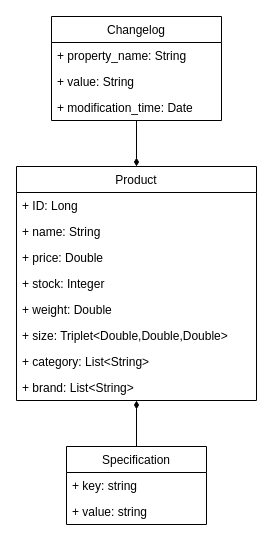
This is product.drawio from jrsmith12138/diagrams, a draw.io file, before an edit. Source tidied: cells renumbered, new cells numbered last; positions are measured from the earlier drawing's top-left corner, leaving out a move shared by most shapes. Both pictures are drawn from the tidied source at 100%, with x=0, y=0 at pixel (16, 16).
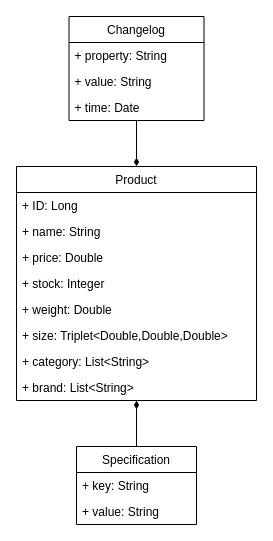
The same page after the edit.

What changed in the source:
```diff
@@
 <mxGraphModel>
   <root>
     <mxCell id="0" />
     <mxCell id="1" parent="0" />
     <mxCell id="2" style="edgeStyle=orthogonalEdgeStyle;rounded=0;jettySize=auto;html=1;endArrow=diamondThin;endFill=1;" parent="1" edge="1" source="17" target="4">
       <mxGeometry relative="1" as="geometry" />
     </mxCell>
     <mxCell id="3" style="edgeStyle=orthogonalEdgeStyle;rounded=0;jettySize=auto;html=1;endArrow=diamondThin;endFill=1;" parent="1" edge="1" source="13" target="4">
       <mxGeometry relative="1" as="geometry" />
     </mxCell>
     <mxCell id="4" value="Product" style="swimlane;fontStyle=0;horizontal=1;startSize=26;fillColor=none;" parent="1" vertex="1">
       <mxGeometry y="150" width="240" height="234" as="geometry" />
     </mxCell>
     <mxCell id="5" value="+ ID: Long" style="text;strokeColor=none;fillColor=none;align=left;verticalAlign=top;spacingLeft=4;spacingRight=4;overflow=hidden;" parent="4" vertex="1">
       <mxGeometry y="26" width="240" height="26" as="geometry" />
     </mxCell>
     <mxCell id="6" value="+ name: String" style="text;strokeColor=none;fillColor=none;align=left;verticalAlign=top;spacingLeft=4;spacingRight=4;overflow=hidden;" parent="4" vertex="1">
       <mxGeometry y="52" width="240" height="26" as="geometry" />
     </mxCell>
     <mxCell id="7" value="+ price: Double" style="text;strokeColor=none;fillColor=none;align=left;verticalAlign=top;spacingLeft=4;spacingRight=4;overflow=hidden;" parent="4" vertex="1">
       <mxGeometry y="78" width="240" height="26" as="geometry" />
     </mxCell>
     <mxCell id="8" value="+ stock: Integer" style="text;strokeColor=none;fillColor=none;align=left;verticalAlign=top;spacingLeft=4;spacingRight=4;overflow=hidden;" parent="4" vertex="1">
       <mxGeometry y="104" width="240" height="26" as="geometry" />
     </mxCell>
     <mxCell id="9" value="+ weight: Double" style="text;strokeColor=none;fillColor=none;align=left;verticalAlign=top;spacingLeft=4;spacingRight=4;overflow=hidden;" parent="4" vertex="1">
       <mxGeometry y="130" width="240" height="26" as="geometry" />
     </mxCell>
     <mxCell id="10" value="+ size: Triplet&lt;Double,Double,Double&gt;" style="text;strokeColor=none;fillColor=none;align=left;verticalAlign=top;spacingLeft=4;spacingRight=4;overflow=hidden;" parent="4" vertex="1">
       <mxGeometry y="156" width="240" height="26" as="geometry" />
     </mxCell>
     <mxCell id="11" value="+ category: List&lt;String&gt;" style="text;strokeColor=none;fillColor=none;align=left;verticalAlign=top;spacingLeft=4;spacingRight=4;overflow=hidden;" parent="4" vertex="1">
       <mxGeometry y="182" width="240" height="26" as="geometry" />
     </mxCell>
     <mxCell id="12" value="+ brand: List&lt;String&gt;" style="text;strokeColor=none;fillColor=none;align=left;verticalAlign=top;spacingLeft=4;spacingRight=4;overflow=hidden;" parent="4" vertex="1">
       <mxGeometry y="208" width="240" height="26" as="geometry" />
     </mxCell>
+    <mxCell id="17" value="Specification" style="swimlane;fontStyle=0;horizontal=1;startSize=26;fillColor=none;" parent="1" vertex="1">
+      <mxGeometry x="60" y="430" width="120" height="78" as="geometry" />
+    </mxCell>
+    <mxCell id="18" value="+ key: String" style="text;strokeColor=none;fillColor=none;align=left;verticalAlign=top;spacingLeft=4;spacingRight=4;overflow=hidden;" parent="17" vertex="1">
+      <mxGeometry y="26" width="120" height="26" as="geometry" />
+    </mxCell>
+    <mxCell id="19" value="+ value: String" style="text;strokeColor=none;fillColor=none;align=left;verticalAlign=top;spacingLeft=4;spacingRight=4;overflow=hidden;" parent="17" vertex="1">
+      <mxGeometry y="52" width="120" height="26" as="geometry" />
+    </mxCell>
     <mxCell id="13" value="Changelog" style="swimlane;fontStyle=0;horizontal=1;startSize=26;fillColor=none;" parent="1" vertex="1">
-      <mxGeometry x="35" width="170" height="104" as="geometry" />
+      <mxGeometry x="52.5" width="135" height="104" as="geometry" />
     </mxCell>
-    <mxCell id="14" value="+ property_name: String" style="text;strokeColor=none;fillColor=none;align=left;verticalAlign=top;spacingLeft=4;spacingRight=4;overflow=hidden;" parent="13" vertex="1">
-      <mxGeometry y="26" width="170" height="26" as="geometry" />
+    <mxCell id="14" value="+ property: String" style="text;strokeColor=none;fillColor=none;align=left;verticalAlign=top;spacingLeft=4;spacingRight=4;overflow=hidden;" parent="13" vertex="1">
+      <mxGeometry y="26" width="135" height="26" as="geometry" />
     </mxCell>
     <mxCell id="15" value="+ value: String" style="text;strokeColor=none;fillColor=none;align=left;verticalAlign=top;spacingLeft=4;spacingRight=4;overflow=hidden;" parent="13" vertex="1">
-      <mxGeometry y="52" width="170" height="26" as="geometry" />
+      <mxGeometry y="52" width="135" height="26" as="geometry" />
     </mxCell>
-    <mxCell id="16" value="+ modification_time: Date" style="text;strokeColor=none;fillColor=none;align=left;verticalAlign=top;spacingLeft=4;spacingRight=4;overflow=hidden;" parent="13" vertex="1">
-      <mxGeometry y="78" width="170" height="26" as="geometry" />
+    <mxCell id="16" value="+ time: Date" style="text;strokeColor=none;fillColor=none;align=left;verticalAlign=top;spacingLeft=4;spacingRight=4;overflow=hidden;" parent="13" vertex="1">
+      <mxGeometry y="78" width="135" height="26" as="geometry" />
     </mxCell>
-    <mxCell id="17" value="Specification" style="swimlane;fontStyle=0;horizontal=1;startSize=26;fillColor=none;" parent="1" vertex="1">
-      <mxGeometry x="50" y="430" width="140" height="78" as="geometry" />
-    </mxCell>
-    <mxCell id="18" value="+ key: string" style="text;strokeColor=none;fillColor=none;align=left;verticalAlign=top;spacingLeft=4;spacingRight=4;overflow=hidden;" parent="17" vertex="1">
-      <mxGeometry y="26" width="140" height="26" as="geometry" />
-    </mxCell>
-    <mxCell id="19" value="+ value: string" style="text;strokeColor=none;fillColor=none;align=left;verticalAlign=top;spacingLeft=4;spacingRight=4;overflow=hidden;" parent="17" vertex="1">
-      <mxGeometry y="52" width="140" height="26" as="geometry" />
-    </mxCell>
   </root>
 </mxGraphModel>
```
